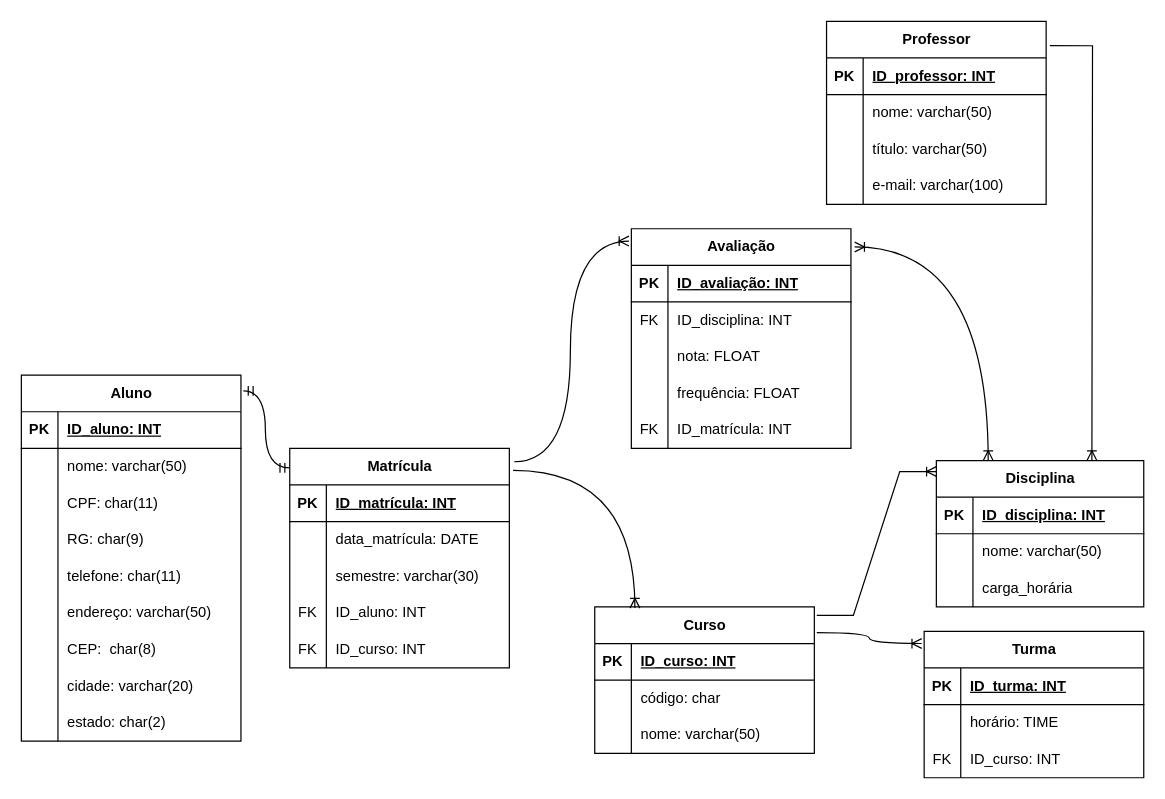
Above: Diagrama sem nome.drawio in enricooxd/APC2--iesbzada (draw.io), before the change. Source tidied: cells renumbered, new cells numbered last; positions are measured from the earlier drawing's top-left corner, leaving out a move shared by most shapes. Both pictures are drawn from the tidied source at 122%, with x=0, y=0 at pixel (21, 21).
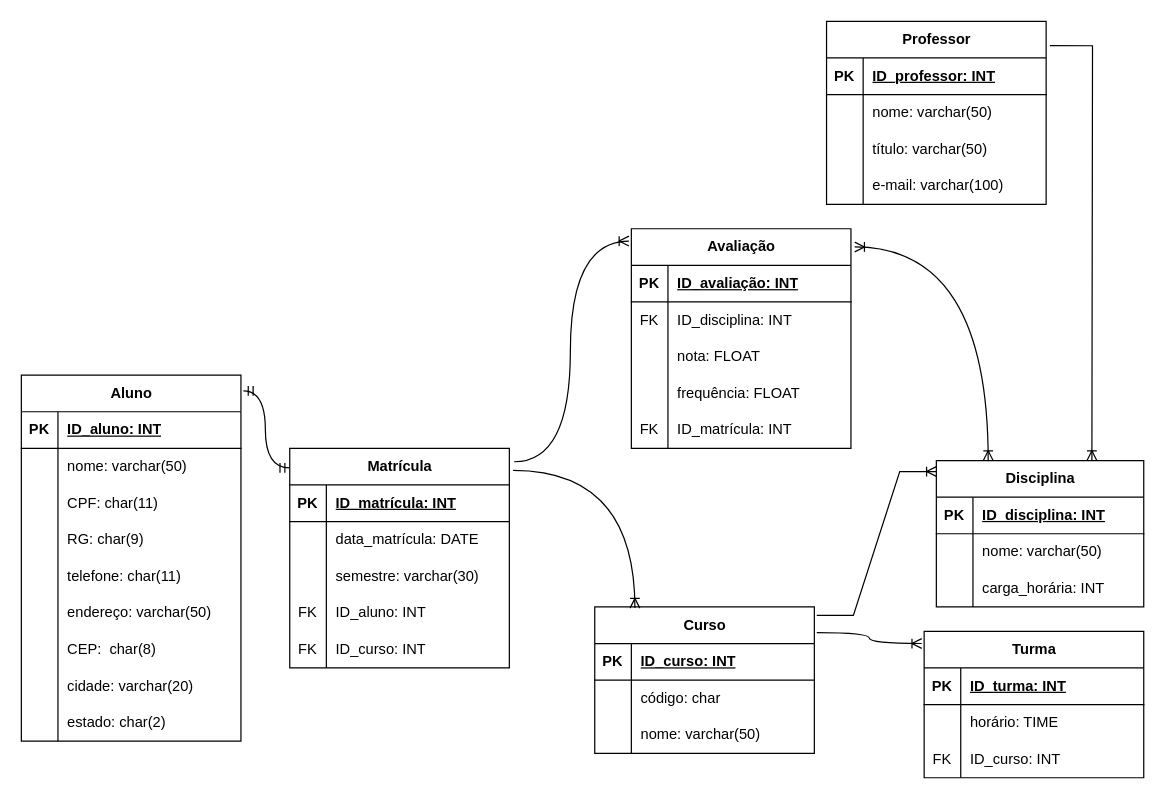
After the change.

Unchanged cells that the change refers to:
```xml
<mxCell id="47" style="shape=tableRow;horizontal=0;startSize=0;swimlaneHead=0;swimlaneBody=0;fillColor=none;top=0;left=0;right=0;bottom=0;" parent="40" vertex="1">
  <mxGeometry y="90" width="170" height="30" as="geometry" />
</mxCell>
```

Diff of the diagram source:
```diff
@@
-    <mxCell id="49" value="carga_horária" style="shape=partialRectangle;fillColor=none;top=0;left=0;bottom=0;right=0;align=left;spacingLeft=6;overflow=hidden;whiteSpace=wrap;html=1;" parent="47" vertex="1">
+    <mxCell id="49" value="carga_horária: INT" style="shape=partialRectangle;fillColor=none;top=0;left=0;bottom=0;right=0;align=left;spacingLeft=6;overflow=hidden;whiteSpace=wrap;html=1;" parent="47" vertex="1">
       <mxGeometry x="30" width="140" height="30" as="geometry" />
     </mxCell>
```
